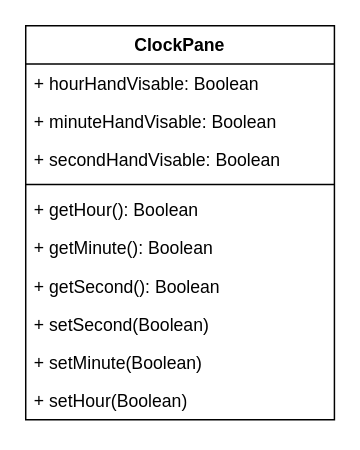
This is Chapter_14/14-28.drawio from ProfCorn/TESD-1800, a draw.io file, before an edit. Source tidied: cells renumbered, new cells numbered last; positions are measured from the earlier drawing's top-left corner, leaving out a move shared by most shapes. Both pictures are drawn from the tidied source at 147%, with x=0, y=0 at pixel (25, 25).
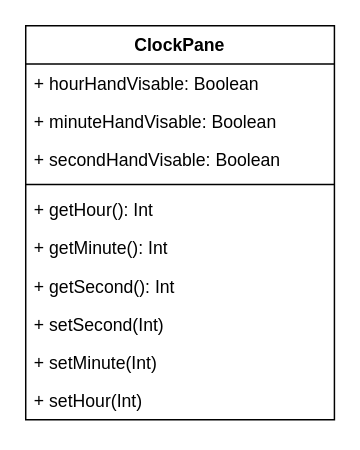
The same diagram, later.

Diff of the diagram source:
```diff
@@
 <mxGraphModel>
   <root>
     <mxCell id="0" />
     <mxCell id="1" parent="0" />
     <mxCell id="2" value="ClockPane" style="swimlane;fontStyle=1;align=center;verticalAlign=top;horizontal=1;startSize=26;whiteSpace=wrap;html=1;" parent="1" vertex="1">
       <mxGeometry width="210" height="268" as="geometry" />
     </mxCell>
     <mxCell id="3" value="+ hourHandVisable: Boolean" style="text;strokeColor=none;fillColor=none;align=left;verticalAlign=top;spacingLeft=4;spacingRight=4;overflow=hidden;whiteSpace=wrap;html=1;" parent="2" vertex="1">
       <mxGeometry y="26" width="210" height="26" as="geometry" />
     </mxCell>
     <mxCell id="4" value="+ minuteHandVisable: Boolean" style="text;strokeColor=none;fillColor=none;align=left;verticalAlign=top;spacingLeft=4;spacingRight=4;overflow=hidden;whiteSpace=wrap;html=1;" parent="2" vertex="1">
       <mxGeometry y="52" width="210" height="26" as="geometry" />
     </mxCell>
     <mxCell id="5" value="+ secondHandVisable: Boolean" style="text;strokeColor=none;fillColor=none;align=left;verticalAlign=top;spacingLeft=4;spacingRight=4;overflow=hidden;whiteSpace=wrap;html=1;" parent="2" vertex="1">
       <mxGeometry y="78" width="210" height="26" as="geometry" />
     </mxCell>
     <mxCell id="6" style="line;strokeWidth=1;fillColor=none;align=left;verticalAlign=middle;spacingTop=-1;spacingLeft=3;spacingRight=3;labelPosition=right;strokeColor=inherit;" parent="2" vertex="1">
       <mxGeometry y="104" width="210" height="8" as="geometry" />
     </mxCell>
-    <mxCell id="7" value="+ getHour(): Boolean" style="text;strokeColor=none;fillColor=none;align=left;verticalAlign=top;spacingLeft=4;spacingRight=4;overflow=hidden;whiteSpace=wrap;html=1;" parent="2" vertex="1">
+    <mxCell id="7" value="+ getHour(): Int" style="text;strokeColor=none;fillColor=none;align=left;verticalAlign=top;spacingLeft=4;spacingRight=4;overflow=hidden;whiteSpace=wrap;html=1;" parent="2" vertex="1">
       <mxGeometry y="112" width="210" height="26" as="geometry" />
     </mxCell>
-    <mxCell id="8" value="+ getMinute(): Boolean" style="text;strokeColor=none;fillColor=none;align=left;verticalAlign=top;spacingLeft=4;spacingRight=4;overflow=hidden;whiteSpace=wrap;html=1;" parent="2" vertex="1">
+    <mxCell id="8" value="+ getMinute(): Int" style="text;strokeColor=none;fillColor=none;align=left;verticalAlign=top;spacingLeft=4;spacingRight=4;overflow=hidden;whiteSpace=wrap;html=1;" parent="2" vertex="1">
       <mxGeometry y="138" width="210" height="26" as="geometry" />
     </mxCell>
-    <mxCell id="9" value="+ getSecond(): Boolean" style="text;strokeColor=none;fillColor=none;align=left;verticalAlign=top;spacingLeft=4;spacingRight=4;overflow=hidden;whiteSpace=wrap;html=1;" parent="2" vertex="1">
+    <mxCell id="9" value="+ getSecond(): Int" style="text;strokeColor=none;fillColor=none;align=left;verticalAlign=top;spacingLeft=4;spacingRight=4;overflow=hidden;whiteSpace=wrap;html=1;" parent="2" vertex="1">
       <mxGeometry y="164" width="210" height="26" as="geometry" />
     </mxCell>
-    <mxCell id="10" value="+ setSecond(Boolean)" style="text;strokeColor=none;fillColor=none;align=left;verticalAlign=top;spacingLeft=4;spacingRight=4;overflow=hidden;whiteSpace=wrap;html=1;" parent="2" vertex="1">
+    <mxCell id="10" value="+ setSecond(Int)" style="text;strokeColor=none;fillColor=none;align=left;verticalAlign=top;spacingLeft=4;spacingRight=4;overflow=hidden;whiteSpace=wrap;html=1;" parent="2" vertex="1">
       <mxGeometry y="190" width="210" height="26" as="geometry" />
     </mxCell>
-    <mxCell id="11" value="+ setMinute(Boolean)" style="text;strokeColor=none;fillColor=none;align=left;verticalAlign=top;spacingLeft=4;spacingRight=4;overflow=hidden;whiteSpace=wrap;html=1;" parent="2" vertex="1">
+    <mxCell id="11" value="+ setMinute(Int)" style="text;strokeColor=none;fillColor=none;align=left;verticalAlign=top;spacingLeft=4;spacingRight=4;overflow=hidden;whiteSpace=wrap;html=1;" parent="2" vertex="1">
       <mxGeometry y="216" width="210" height="26" as="geometry" />
     </mxCell>
-    <mxCell id="12" value="+ setHour(Boolean)" style="text;strokeColor=none;fillColor=none;align=left;verticalAlign=top;spacingLeft=4;spacingRight=4;overflow=hidden;whiteSpace=wrap;html=1;" parent="2" vertex="1">
+    <mxCell id="12" value="+ setHour(Int)" style="text;strokeColor=none;fillColor=none;align=left;verticalAlign=top;spacingLeft=4;spacingRight=4;overflow=hidden;whiteSpace=wrap;html=1;" parent="2" vertex="1">
       <mxGeometry y="242" width="210" height="26" as="geometry" />
     </mxCell>
   </root>
 </mxGraphModel>
```
